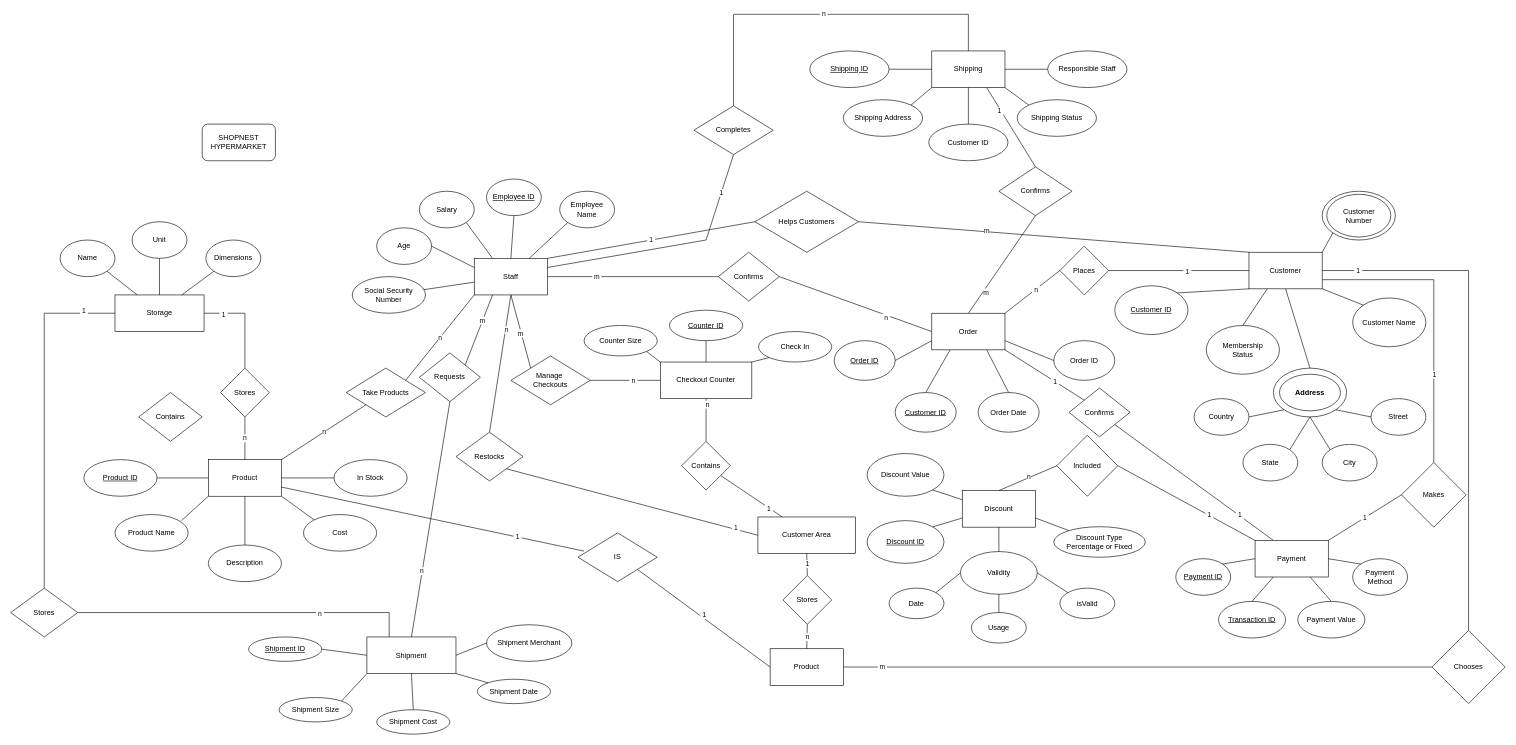
Earlier version of the draw.io diagram Untitled Diagram.drawio (abobymotaki/uncharted). Source tidied: cells renumbered, new cells numbered last; positions are measured from the earlier drawing's top-left corner, leaving out a move shared by most shapes. Both pictures are drawn from the tidied source at 61%, with x=0, y=0 at pixel (10, 14).
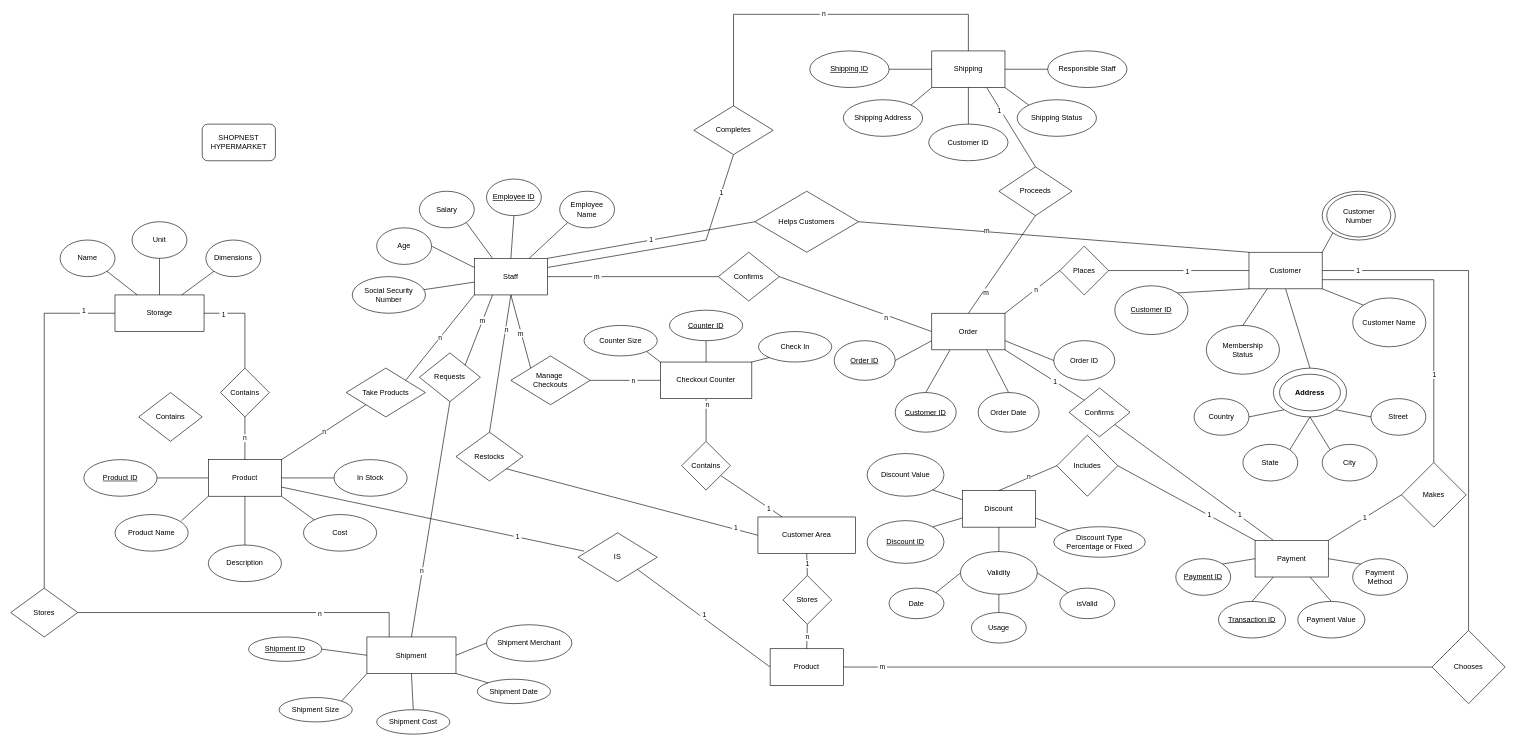
The same diagram, later.

Change to the diagram source:
```diff
@@
-    <mxCell id="6" value="Stores" style="rhombus;whiteSpace=wrap;html=1;" parent="1" vertex="1">
+    <mxCell id="6" value="Contains" style="rhombus;whiteSpace=wrap;html=1;" parent="1" vertex="1">
       <mxGeometry x="344" y="580" width="80" height="80" as="geometry" />
     </mxCell>
@@
-    <mxCell id="46" value="Included" style="rhombus;whiteSpace=wrap;html=1;" parent="1" vertex="1">
+    <mxCell id="46" value="Includes" style="rhombus;whiteSpace=wrap;html=1;" parent="1" vertex="1">
       <mxGeometry x="1715" y="690" width="100" height="100" as="geometry" />
     </mxCell>
@@
-    <mxCell id="64" value="Confirms" style="rhombus;whiteSpace=wrap;html=1;" parent="1" vertex="1">
+    <mxCell id="64" value="Proceeds" style="rhombus;whiteSpace=wrap;html=1;" parent="1" vertex="1">
       <mxGeometry x="1620" y="250" width="120" height="80" as="geometry" />
     </mxCell>
```
